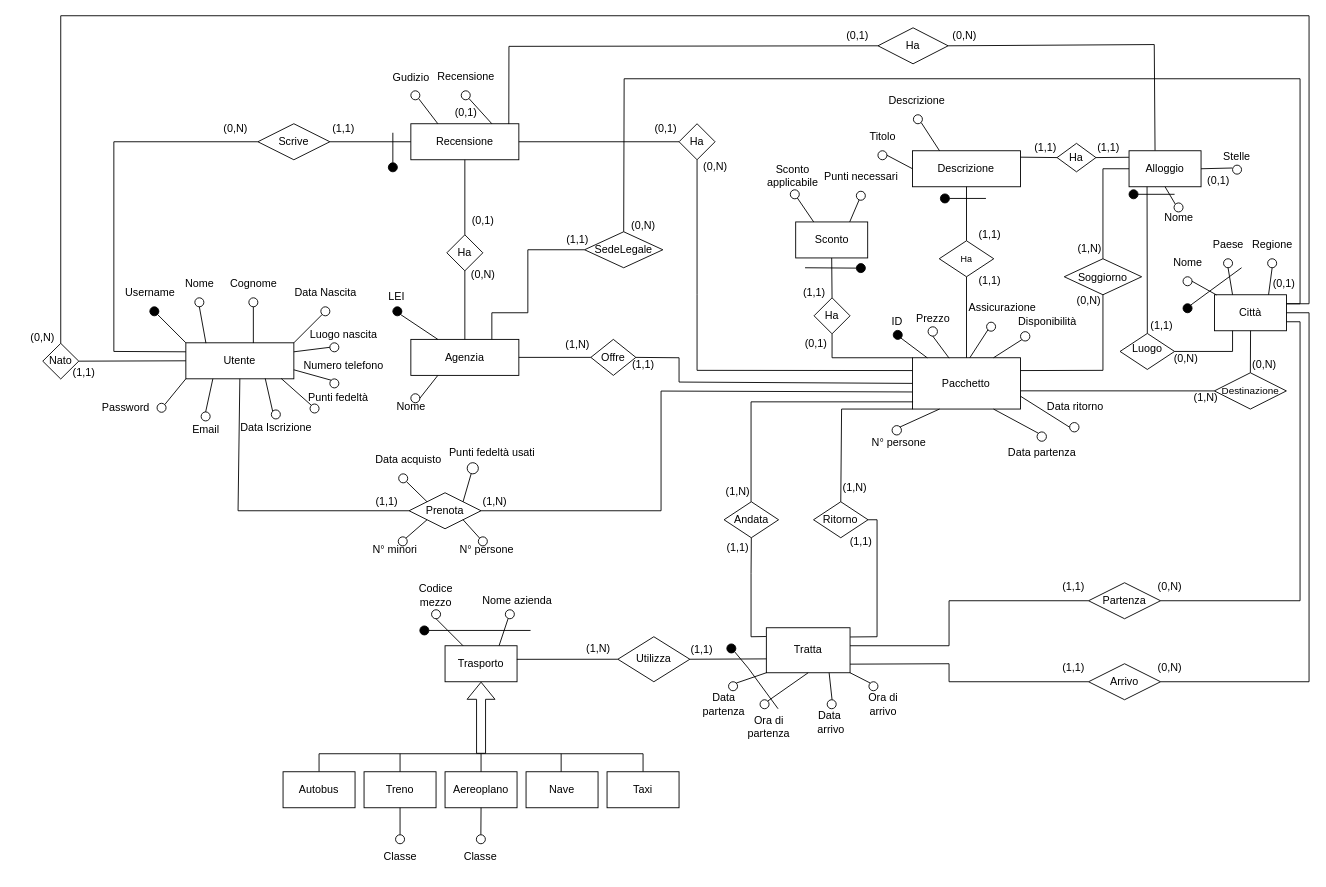
Earlier version of the draw.io diagram page "ER - Concettuale" (1 of 2) of ER/ER.drawio (bustre/Easy-travel). Source tidied: cells renumbered, new cells numbered last; positions are measured from the earlier drawing's top-left corner, leaving out a move shared by most shapes. Both pictures are drawn from the tidied source at 90%, with x=0, y=0 at pixel (15, 15).
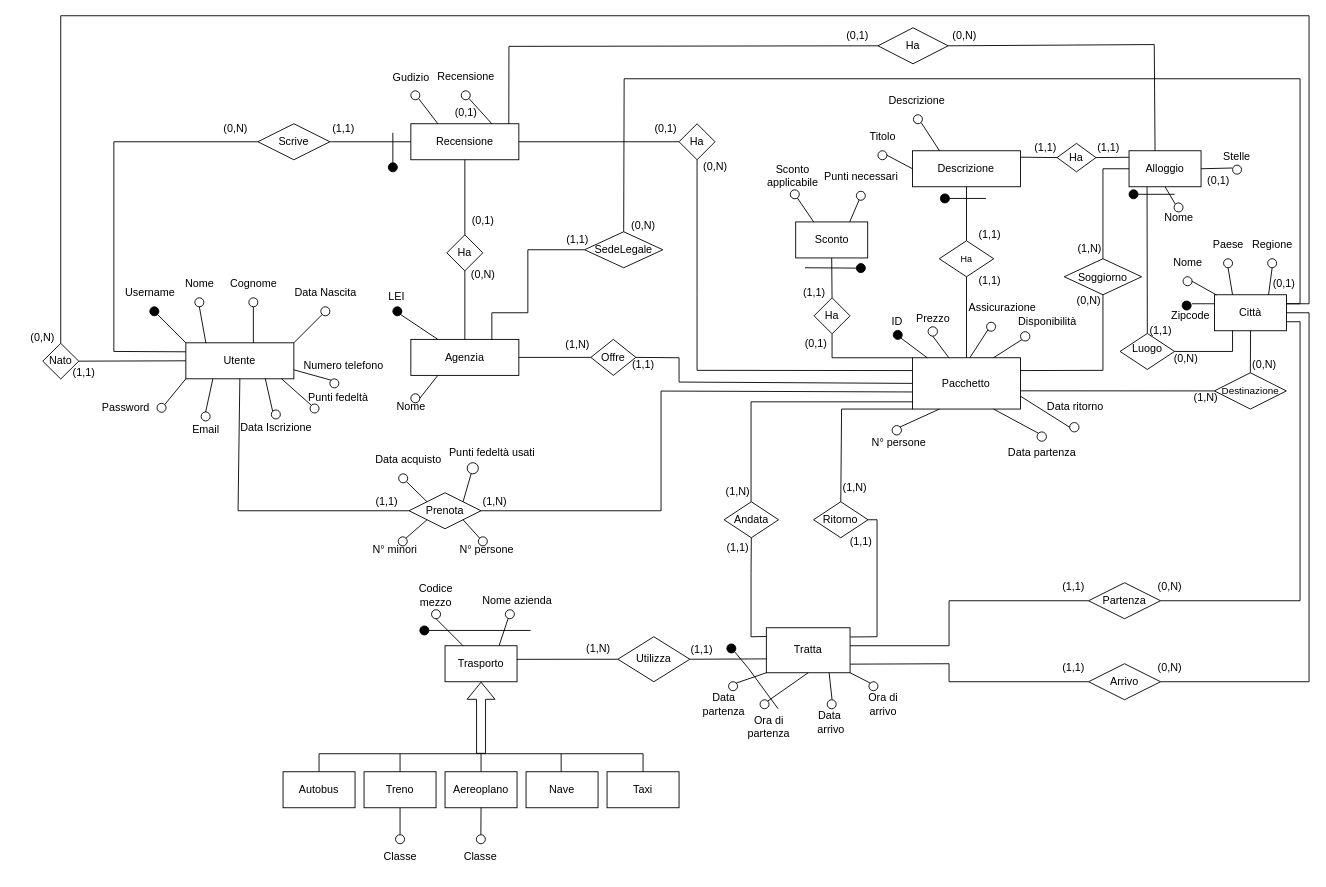
The same diagram, later.

The change refers to these unchanged cells:
```xml
<mxCell id="39" value="Città" style="rounded=0;whiteSpace=wrap;html=1;" parent="1" vertex="1">
  <mxGeometry x="1332" y="310" width="80" height="40" as="geometry" />
</mxCell>
<mxCell id="133" value="Utente" style="rounded=0;whiteSpace=wrap;html=1;" parent="1" vertex="1">
  <mxGeometry x="189" y="363.4" width="120" height="40" as="geometry" />
</mxCell>
```

What changed in the source:
```diff
@@
-    <mxCell id="52" style="endArrow=none;html=1;rounded=0;exitX=1;exitY=0;exitDx=0;exitDy=0;" parent="1" edge="1" source="53">
+    <mxCell id="52" style="endArrow=none;html=1;rounded=0;entryX=0;entryY=0.25;entryDx=0;entryDy=0;" parent="1" edge="1" target="39">
       <mxGeometry relative="1" as="geometry">
-        <mxPoint x="1362" y="280" as="targetPoint" />
+        <mxPoint x="1307" y="320" as="sourcePoint" />
       </mxGeometry>
     </mxCell>
     <mxCell id="53" style="ellipse;whiteSpace=wrap;html=1;fillColor=#000000;" parent="1" vertex="1">
-      <mxGeometry x="1297" y="320" width="10" height="10" as="geometry" />
+      <mxGeometry x="1296" y="317" width="10" height="10" as="geometry" />
     </mxCell>
@@
     <mxCell id="63" value="&lt;div&gt;(1,1)&lt;/div&gt;" style="text;html=1;align=center;verticalAlign=middle;strokeColor=none;fillColor=none;" parent="1" vertex="1">
-      <mxGeometry x="1247.6" y="329.6" width="50" height="30" as="geometry" />
+      <mxGeometry x="1246.6" y="334.6" width="50" height="30" as="geometry" />
     </mxCell>
@@
-    <mxCell id="207" style="ellipse;whiteSpace=wrap;html=1;" parent="1" vertex="1">
-      <mxGeometry x="349" y="363.4" width="10" height="10" as="geometry" />
-    </mxCell>
-    <mxCell id="208" style="endArrow=none;html=1;rounded=0;exitX=1;exitY=0.25;exitDx=0;exitDy=0;entryX=0;entryY=0.5;entryDx=0;entryDy=0;" parent="1" edge="1" source="133" target="207">
-      <mxGeometry relative="1" as="geometry" />
-    </mxCell>
-    <mxCell id="209" value="Luogo nascita" style="text;html=1;align=center;verticalAlign=middle;strokeColor=none;fillColor=none;" parent="1" vertex="1">
-      <mxGeometry x="314" y="339.6" width="100" height="30" as="geometry" />
-    </mxCell>
@@
+    <mxCell id="266" value="Zipcode" style="text;html=1;align=center;verticalAlign=middle;strokeColor=none;fillColor=none;" parent="1" vertex="1">
+      <mxGeometry x="1270" y="318.4" width="70" height="30" as="geometry" />
+    </mxCell>
```
